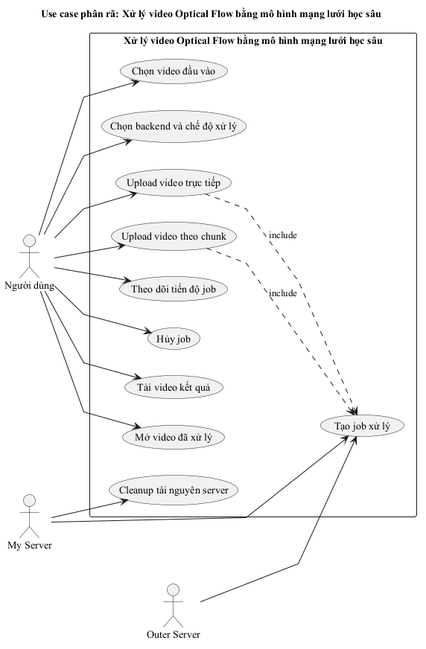
The PlantUML diagram figures/usecase_xu_ly_video_ai.png in thanhmobile080604/My-Thesis-Latex, before a commit.
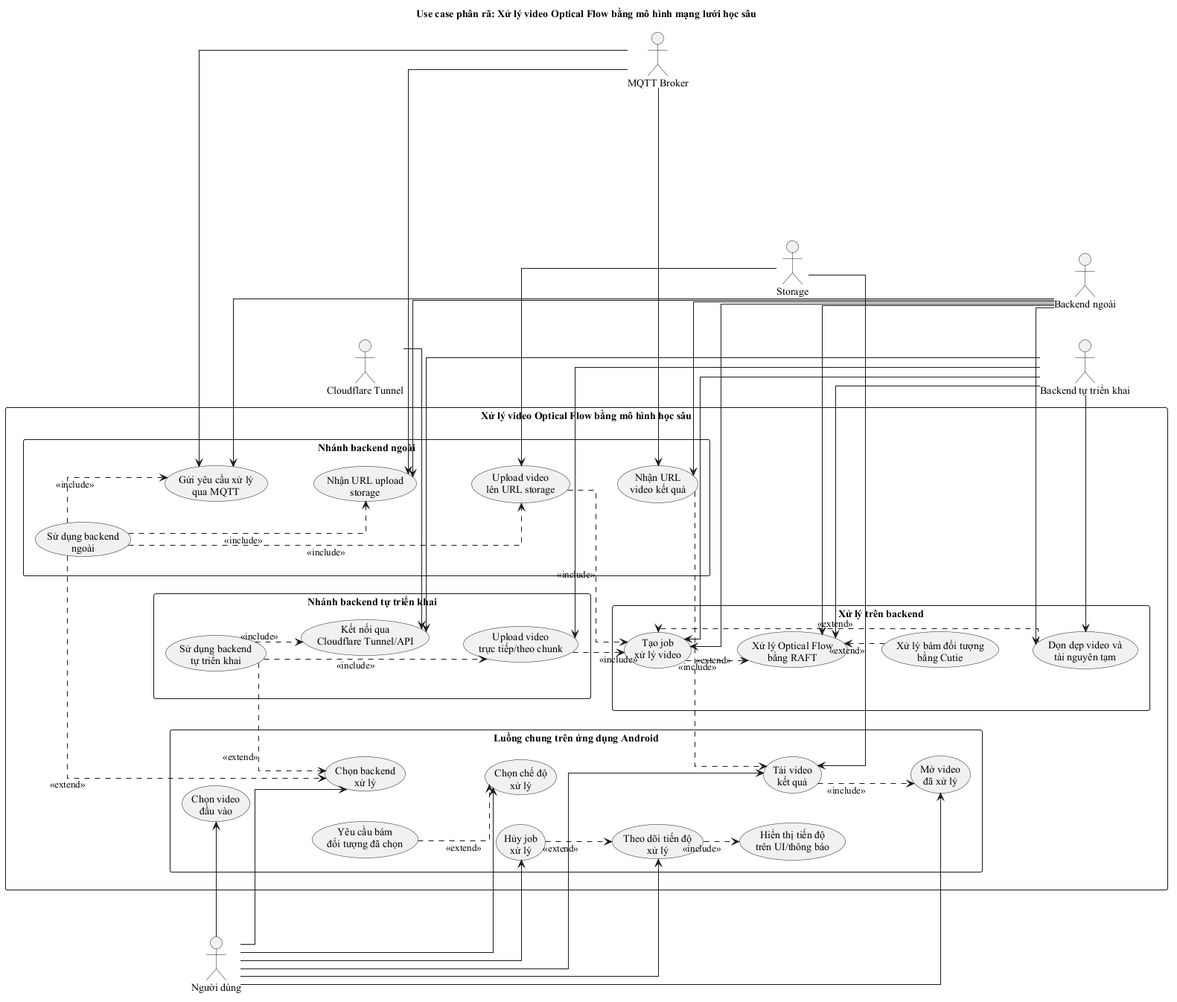
After the commit.

What changed in the source:
```diff
@@ -1,37 +1,127 @@
 @startuml usecase_xu_ly_video_ai
 skinparam defaultFontName "Times New Roman"
-skinparam linetype polyline
 left to right direction
+skinparam packageStyle rectangle
+skinparam linetype ortho
+skinparam nodesep 40
+skinparam ranksep 45
 title Use case phân rã: Xử lý video Optical Flow bằng mô hình mạng lưới học sâu
 
 actor "Người dùng" as User
-actor "My Server" as MyS
-actor "Outer Server" as OutS
+actor "Backend tự triển khai" as OwnBackend
+actor "Backend ngoài" as ExternalBackend
+actor "MQTT Broker" as MQTT
+actor "Storage" as Storage
+actor "Cloudflare Tunnel" as Tunnel
 
-rectangle "Xử lý video Optical Flow bằng mô hình mạng lưới học sâu" {
-  usecase "Chọn video đầu vào" as U1
-  usecase "Chọn backend và chế độ xử lý" as U2
-  usecase "Upload video trực tiếp" as U3
-  usecase "Upload video theo chunk" as U4
-  usecase "Tạo job xử lý" as U5
-  usecase "Theo dõi tiến độ job" as U6
-  usecase "Hủy job" as U7
-  usecase "Tải video kết quả" as U8
-  usecase "Mở video đã xử lý" as U9
-  usecase "Cleanup tài nguyên server" as U10
+rectangle "Xử lý video Optical Flow bằng mô hình học sâu" {
+
+  rectangle "Luồng chung trên ứng dụng Android" {
+    usecase "Chọn video\nđầu vào" as UC_SelectVideo
+    usecase "Chọn backend\nxử lý" as UC_SelectBackend
+    usecase "Chọn chế độ\nxử lý" as UC_Mode
+    usecase "Yêu cầu bám\nđối tượng đã chọn" as UC_ObjectTrack
+    usecase "Theo dõi tiến độ\nxử lý" as UC_Progress
+    usecase "Hiển thị tiến độ\ntrên UI/thông báo" as UC_Notify
+    usecase "Hủy job\nxử lý" as UC_Cancel
+    usecase "Tải video\nkết quả" as UC_Download
+    usecase "Mở video\nđã xử lý" as UC_OpenResult
+
+    UC_SelectVideo -[hidden]down- UC_SelectBackend
+    UC_SelectBackend -[hidden]down- UC_Mode
+    UC_Mode -[hidden]down- UC_Progress
+    UC_Progress -[hidden]down- UC_Download
+    UC_Download -[hidden]down- UC_OpenResult
+  }
+
+  rectangle "Nhánh backend tự triển khai" {
+    usecase "Sử dụng backend\ntự triển khai" as UC_OwnBackend
+    usecase "Kết nối qua\nCloudflare Tunnel/API" as UC_OwnConnect
+    usecase "Upload video\ntrực tiếp/theo chunk" as UC_OwnUpload
+
+    UC_OwnBackend -[hidden]down- UC_OwnConnect
+    UC_OwnConnect -[hidden]down- UC_OwnUpload
+  }
+
+  rectangle "Nhánh backend ngoài" {
+    usecase "Sử dụng backend\nngoài" as UC_ExternalBackend
+    usecase "Gửi yêu cầu xử lý\nqua MQTT" as UC_MqttRequest
+    usecase "Nhận URL upload\nstorage" as UC_GetUploadUrl
+    usecase "Upload video\nlên URL storage" as UC_StorageUpload
+    usecase "Nhận URL\nvideo kết quả" as UC_ResultUrl
+
+    UC_ExternalBackend -[hidden]down- UC_MqttRequest
+    UC_MqttRequest -[hidden]down- UC_GetUploadUrl
+    UC_GetUploadUrl -[hidden]down- UC_StorageUpload
+    UC_StorageUpload -[hidden]down- UC_ResultUrl
+  }
+
+  rectangle "Xử lý trên backend" {
+    usecase "Tạo job\nxử lý video" as UC_CreateJob
+    usecase "Xử lý Optical Flow\nbằng RAFT" as UC_RAFT
+    usecase "Xử lý bám đối tượng\nbằng Cutie" as UC_Cutie
+    usecase "Dọn dẹp video và\ntài nguyên tạm" as UC_Cleanup
+
+    UC_CreateJob -[hidden]down- UC_RAFT
+    UC_RAFT -[hidden]down- UC_Cutie
+    UC_Cutie -[hidden]down- UC_Cleanup
+  }
+
+  UC_SelectBackend -[hidden]right- UC_OwnBackend
+  UC_OwnBackend -[hidden]right- UC_CreateJob
+  UC_OwnBackend -[hidden]down- UC_ExternalBackend
 }
 
-User --> U1
-User --> U2
-User --> U3
-User --> U4
-User --> U6
-User --> U7
-User --> U8
-User --> U9
-U3 ..> U5 : include
-U4 ..> U5 : include
-MyS --> U5
-OutS --> U5
-MyS --> U10
+User -right-> UC_SelectVideo
+User -right-> UC_SelectBackend
+User -right-> UC_Mode
+User -right-> UC_Progress
+User -right-> UC_Cancel
+User -right-> UC_Download
+User -right-> UC_OpenResult
+
+UC_OwnBackend ..> UC_SelectBackend : <<extend>>
+UC_ExternalBackend ..> UC_SelectBackend : <<extend>>
+
+UC_ObjectTrack ..> UC_Mode : <<extend>>
+UC_Progress ..> UC_Notify : <<include>>
+UC_Cancel ..> UC_Progress : <<extend>>
+UC_Download ..> UC_OpenResult : <<include>>
+
+UC_OwnBackend ..> UC_OwnConnect : <<include>>
+UC_OwnBackend ..> UC_OwnUpload : <<include>>
+UC_OwnUpload ..> UC_CreateJob : <<include>>
+
+UC_ExternalBackend ..> UC_MqttRequest : <<include>>
+UC_ExternalBackend ..> UC_GetUploadUrl : <<include>>
+UC_ExternalBackend ..> UC_StorageUpload : <<include>>
+UC_StorageUpload ..> UC_CreateJob : <<include>>
+UC_ResultUrl ..> UC_Download : <<extend>>
+
+UC_CreateJob ..> UC_RAFT : <<include>>
+UC_Cutie ..> UC_RAFT : <<extend>>
+UC_Cleanup ..> UC_CreateJob : <<extend>>
+
+OwnBackend -left-> UC_OwnConnect
+OwnBackend -left-> UC_OwnUpload
+OwnBackend -left-> UC_CreateJob
+OwnBackend -left-> UC_RAFT
+OwnBackend -left-> UC_Cleanup
+
+ExternalBackend -left-> UC_MqttRequest
+ExternalBackend -left-> UC_GetUploadUrl
+ExternalBackend -left-> UC_CreateJob
+ExternalBackend -left-> UC_RAFT
+ExternalBackend -left-> UC_ResultUrl
+ExternalBackend -left-> UC_Cleanup
+
+MQTT -left-> UC_MqttRequest
+MQTT -left-> UC_GetUploadUrl
+MQTT -left-> UC_ResultUrl
+
+Storage -left-> UC_StorageUpload
+Storage -left-> UC_Download
+
+Tunnel -left-> UC_OwnConnect
+
 @enduml
```
